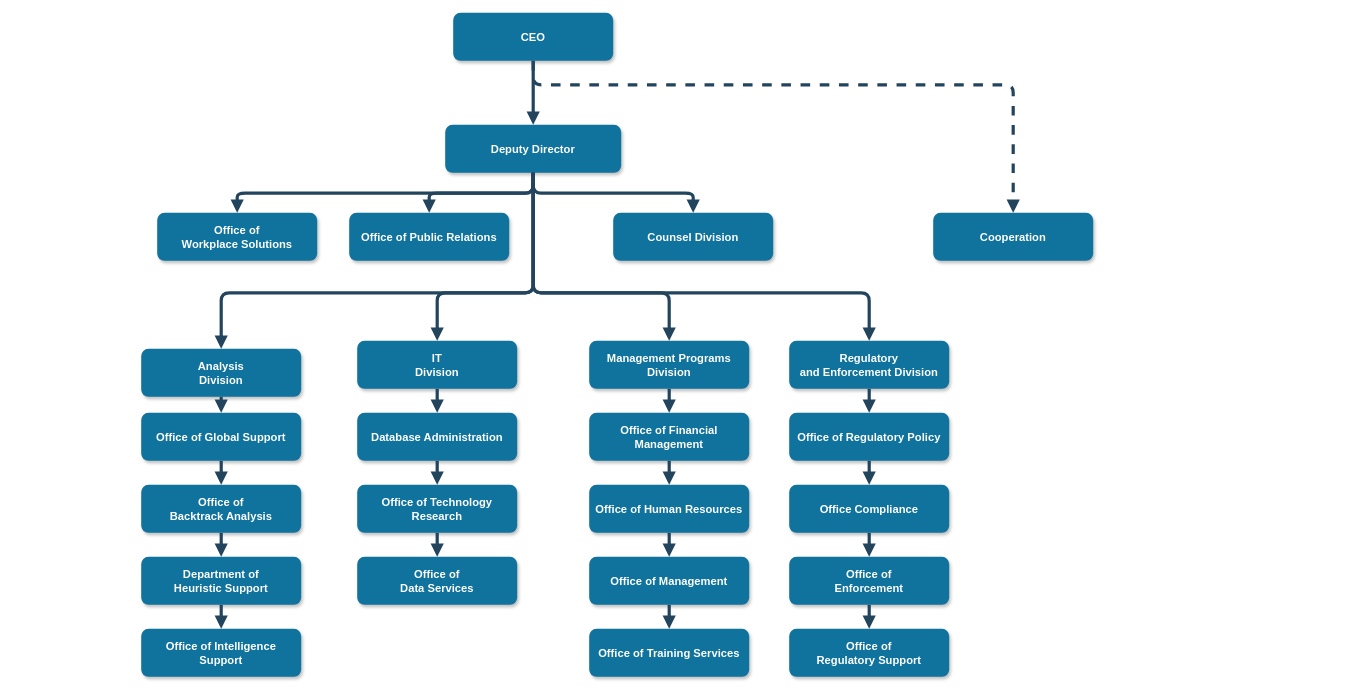
Above: Untitled Diagram.drawio in jojojojo1322/daib_board (draw.io), before the change. Source tidied: cells renumbered, new cells numbered last; positions are measured from the earlier drawing's top-left corner, leaving out a move shared by most shapes. Both pictures are drawn from the tidied source at 80%, with x=0, y=0 at pixel (141, 13).
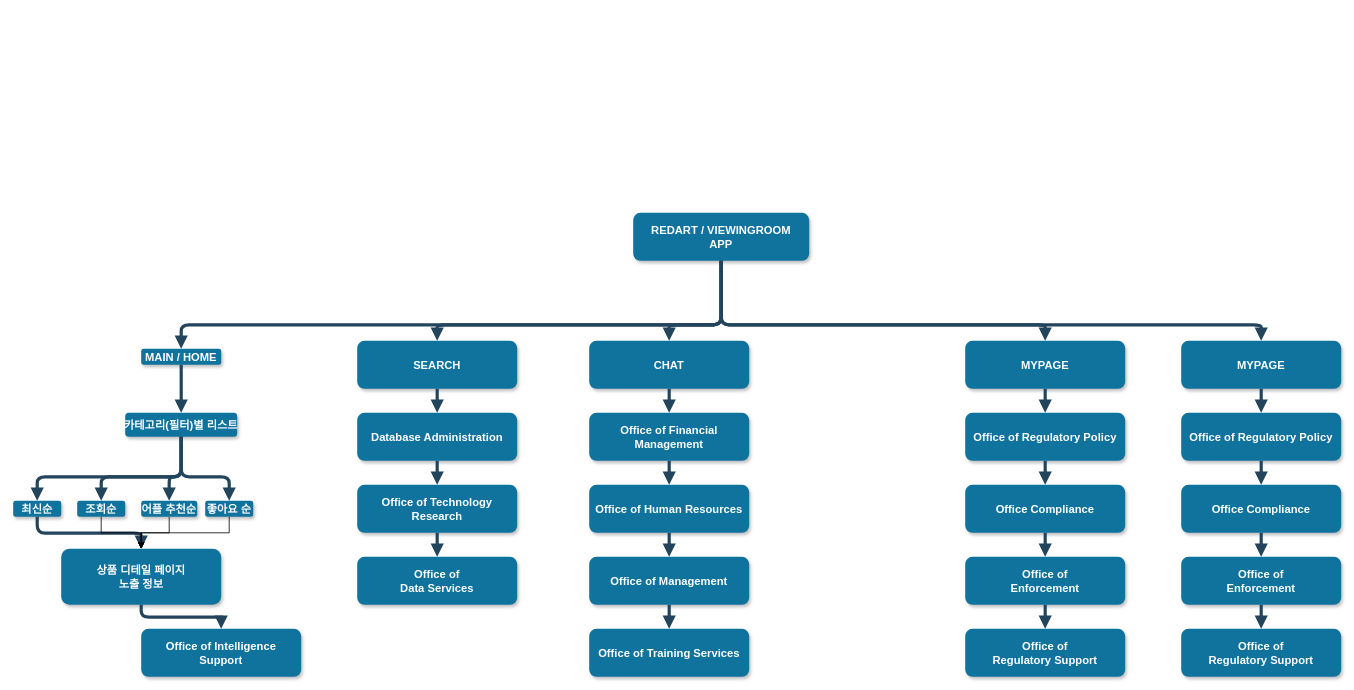
Above is the later version.

Unchanged cells that the change refers to:
```xml
<mxCell id="12" value="Office of Intelligence &#10;Support" style="rounded=1;fillColor=#10739E;strokeColor=none;shadow=1;gradientColor=none;fontStyle=1;fontColor=#FFFFFF;fontSize=14;" parent="1" vertex="1">
  <mxGeometry y="769.5" width="200" height="60" as="geometry" />
</mxCell>
<mxCell id="14" value="Database Administration" style="rounded=1;fillColor=#10739E;strokeColor=none;shadow=1;gradientColor=none;fontStyle=1;fontColor=#FFFFFF;fontSize=14;" parent="1" vertex="1">
  <mxGeometry x="270" y="499.5" width="200" height="60" as="geometry" />
</mxCell>
<mxCell id="15" value="Office of Technology &#10;Research" style="rounded=1;fillColor=#10739E;strokeColor=none;shadow=1;gradientColor=none;fontStyle=1;fontColor=#FFFFFF;fontSize=14;" parent="1" vertex="1">
  <mxGeometry x="270" y="589.5" width="200" height="60" as="geometry" />
</mxCell>
<mxCell id="16" value="Office of&#10;Data Services" style="rounded=1;fillColor=#10739E;strokeColor=none;shadow=1;gradientColor=none;fontStyle=1;fontColor=#FFFFFF;fontSize=14;" parent="1" vertex="1">
  <mxGeometry x="270" y="679.5" width="200" height="60" as="geometry" />
</mxCell>
<mxCell id="18" value="Office of Financial &#10;Management" style="rounded=1;fillColor=#10739E;strokeColor=none;shadow=1;gradientColor=none;fontStyle=1;fontColor=#FFFFFF;fontSize=14;" parent="1" vertex="1">
  <mxGeometry x="560" y="499.5" width="200" height="60" as="geometry" />
</mxCell>
<mxCell id="19" value="Office of Human Resources" style="rounded=1;fillColor=#10739E;strokeColor=none;shadow=1;gradientColor=none;fontStyle=1;fontColor=#FFFFFF;fontSize=14;" parent="1" vertex="1">
  <mxGeometry x="560" y="589.5" width="200" height="60" as="geometry" />
</mxCell>
<mxCell id="20" value="Office of Management " style="rounded=1;fillColor=#10739E;strokeColor=none;shadow=1;gradientColor=none;fontStyle=1;fontColor=#FFFFFF;fontSize=14;" parent="1" vertex="1">
  <mxGeometry x="560" y="679.5" width="200" height="60" as="geometry" />
</mxCell>
<mxCell id="21" value="Office of Training Services" style="rounded=1;fillColor=#10739E;strokeColor=none;shadow=1;gradientColor=none;fontStyle=1;fontColor=#FFFFFF;fontSize=14;" parent="1" vertex="1">
  <mxGeometry x="560" y="769.5" width="200" height="60" as="geometry" />
</mxCell>
```

Diff of the diagram source:
```diff
@@
-    <mxCell id="2" value="CEO" style="rounded=1;fillColor=#10739E;strokeColor=none;shadow=1;gradientColor=none;fontStyle=1;fontColor=#FFFFFF;fontSize=14;" parent="1" vertex="1">
-      <mxGeometry x="390" y="-0.5" width="200" height="60" as="geometry" />
-    </mxCell>
-    <mxCell id="3" value="Deputy Director" style="rounded=1;fillColor=#10739E;strokeColor=none;shadow=1;gradientColor=none;fontStyle=1;fontColor=#FFFFFF;fontSize=14;" parent="1" vertex="1">
-      <mxGeometry x="380" y="139.5" width="220" height="60" as="geometry" />
+    <mxCell id="3" value="REDART / VIEWINGROOM&#10;APP" style="rounded=1;fillColor=#10739E;strokeColor=none;shadow=1;gradientColor=none;fontStyle=1;fontColor=#FFFFFF;fontSize=14;" parent="1" vertex="1">
+      <mxGeometry x="615" y="249.5" width="220" height="60" as="geometry" />
     </mxCell>
-    <mxCell id="4" value="Office of &#10;Workplace Solutions" style="rounded=1;fillColor=#10739E;strokeColor=none;shadow=1;gradientColor=none;fontStyle=1;fontColor=#FFFFFF;fontSize=14;" parent="1" vertex="1">
-      <mxGeometry x="20" y="249.5" width="200" height="60" as="geometry" />
-    </mxCell>
-    <mxCell id="5" value="Office of Public Relations" style="rounded=1;fillColor=#10739E;strokeColor=none;shadow=1;gradientColor=none;fontStyle=1;fontColor=#FFFFFF;fontSize=14;" parent="1" vertex="1">
-      <mxGeometry x="260" y="249.5" width="200" height="60" as="geometry" />
-    </mxCell>
-    <mxCell id="6" value="Counsel Division" style="rounded=1;fillColor=#10739E;strokeColor=none;shadow=1;gradientColor=none;fontStyle=1;fontColor=#FFFFFF;fontSize=14;" parent="1" vertex="1">
-      <mxGeometry x="590" y="249.5" width="200" height="60" as="geometry" />
-    </mxCell>
-    <mxCell id="7" value="Cooperation" style="rounded=1;fillColor=#10739E;strokeColor=none;shadow=1;gradientColor=none;fontStyle=1;fontColor=#FFFFFF;fontSize=14;" parent="1" vertex="1">
-      <mxGeometry x="990" y="249.5" width="200" height="60" as="geometry" />
-    </mxCell>
-    <mxCell id="8" value="Analysis &#10;Division" style="rounded=1;fillColor=#10739E;strokeColor=none;shadow=1;gradientColor=none;fontStyle=1;fontColor=#FFFFFF;fontSize=14;" parent="1" vertex="1">
-      <mxGeometry y="419.5" width="200" height="60" as="geometry" />
+    <mxCell id="8" value="MAIN / HOME" style="rounded=1;fillColor=#10739E;strokeColor=none;shadow=1;gradientColor=none;fontStyle=1;fontColor=#FFFFFF;fontSize=14;" parent="1" vertex="1">
+      <mxGeometry y="419.5" width="100" height="20" as="geometry" />
     </mxCell>
-    <mxCell id="9" value="Office of Global Support" style="rounded=1;fillColor=#10739E;strokeColor=none;shadow=1;gradientColor=none;fontStyle=1;fontColor=#FFFFFF;fontSize=14;" parent="1" vertex="1">
-      <mxGeometry y="499.5" width="200" height="60" as="geometry" />
+    <mxCell id="9" value="카테고리(필터)별 리스트" style="rounded=1;fillColor=#10739E;strokeColor=none;shadow=1;gradientColor=none;fontStyle=1;fontColor=#FFFFFF;fontSize=14;" parent="1" vertex="1">
+      <mxGeometry x="-20" y="499.5" width="140" height="30" as="geometry" />
     </mxCell>
-    <mxCell id="10" value="Office of &#10;Backtrack Analysis" style="rounded=1;fillColor=#10739E;strokeColor=none;shadow=1;gradientColor=none;fontStyle=1;fontColor=#FFFFFF;fontSize=14;" parent="1" vertex="1">
-      <mxGeometry y="589.5" width="200" height="60" as="geometry" />
+    <mxCell id="10" value="최신순" style="rounded=1;fillColor=#10739E;strokeColor=none;shadow=1;gradientColor=none;fontStyle=1;fontColor=#FFFFFF;fontSize=14;" parent="1" vertex="1">
+      <mxGeometry x="-160" y="609.5" width="60" height="20" as="geometry" />
     </mxCell>
-    <mxCell id="11" value="Department of &#10;Heuristic Support" style="rounded=1;fillColor=#10739E;strokeColor=none;shadow=1;gradientColor=none;fontStyle=1;fontColor=#FFFFFF;fontSize=14;" parent="1" vertex="1">
-      <mxGeometry y="679.5" width="200" height="60" as="geometry" />
+    <mxCell id="11" value="상품 디테일 페이지&#10;노출 정보" style="rounded=1;fillColor=#10739E;strokeColor=none;shadow=1;gradientColor=none;fontStyle=1;fontColor=#FFFFFF;fontSize=14;" parent="1" vertex="1">
+      <mxGeometry x="-100" y="669.5" width="200" height="70" as="geometry" />
     </mxCell>
@@
-    <mxCell id="13" value="IT&#10;Division" style="rounded=1;fillColor=#10739E;strokeColor=none;shadow=1;gradientColor=none;fontStyle=1;fontColor=#FFFFFF;fontSize=14;" parent="1" vertex="1">
+    <mxCell id="13" value="SEARCH" style="rounded=1;fillColor=#10739E;strokeColor=none;shadow=1;gradientColor=none;fontStyle=1;fontColor=#FFFFFF;fontSize=14;" parent="1" vertex="1">
       <mxGeometry x="270" y="409.5" width="200" height="60" as="geometry" />
     </mxCell>
@@
-    <mxCell id="17" value="Management Programs &#10;Division" style="rounded=1;fillColor=#10739E;strokeColor=none;shadow=1;gradientColor=none;fontStyle=1;fontColor=#FFFFFF;fontSize=14;" parent="1" vertex="1">
+    <mxCell id="17" value="CHAT" style="rounded=1;fillColor=#10739E;strokeColor=none;shadow=1;gradientColor=none;fontStyle=1;fontColor=#FFFFFF;fontSize=14;" parent="1" vertex="1">
       <mxGeometry x="560" y="409.5" width="200" height="60" as="geometry" />
     </mxCell>
@@
-    <mxCell id="22" value="Regulatory &#10;and Enforcement Division" style="rounded=1;fillColor=#10739E;strokeColor=none;shadow=1;gradientColor=none;fontStyle=1;fontColor=#FFFFFF;fontSize=14;" parent="1" vertex="1">
-      <mxGeometry x="810" y="409.5" width="200" height="60" as="geometry" />
+    <mxCell id="22" value="MYPAGE" style="rounded=1;fillColor=#10739E;strokeColor=none;shadow=1;gradientColor=none;fontStyle=1;fontColor=#FFFFFF;fontSize=14;" parent="1" vertex="1">
+      <mxGeometry x="1030" y="409.5" width="200" height="60" as="geometry" />
     </mxCell>
     <mxCell id="23" value="Office of Regulatory Policy" style="rounded=1;fillColor=#10739E;strokeColor=none;shadow=1;gradientColor=none;fontStyle=1;fontColor=#FFFFFF;fontSize=14;" parent="1" vertex="1">
-      <mxGeometry x="810" y="499.5" width="200" height="60" as="geometry" />
+      <mxGeometry x="1030" y="499.5" width="200" height="60" as="geometry" />
     </mxCell>
     <mxCell id="24" value="Office Compliance" style="rounded=1;fillColor=#10739E;strokeColor=none;shadow=1;gradientColor=none;fontStyle=1;fontColor=#FFFFFF;fontSize=14;" parent="1" vertex="1">
-      <mxGeometry x="810" y="589.5" width="200" height="60" as="geometry" />
+      <mxGeometry x="1030" y="589.5" width="200" height="60" as="geometry" />
     </mxCell>
     <mxCell id="25" value="Office of &#10;Enforcement" style="rounded=1;fillColor=#10739E;strokeColor=none;shadow=1;gradientColor=none;fontStyle=1;fontColor=#FFFFFF;fontSize=14;" parent="1" vertex="1">
-      <mxGeometry x="810" y="679.5" width="200" height="60" as="geometry" />
+      <mxGeometry x="1030" y="679.5" width="200" height="60" as="geometry" />
     </mxCell>
     <mxCell id="26" value="Office of&#10; Regulatory Support" style="rounded=1;fillColor=#10739E;strokeColor=none;shadow=1;gradientColor=none;fontStyle=1;fontColor=#FFFFFF;fontSize=14;" parent="1" vertex="1">
-      <mxGeometry x="810" y="769.5" width="200" height="60" as="geometry" />
+      <mxGeometry x="1030" y="769.5" width="200" height="60" as="geometry" />
     </mxCell>
-    <mxCell id="27" style="edgeStyle=elbowEdgeStyle;elbow=vertical;strokeWidth=4;endArrow=block;endFill=1;fontStyle=1;strokeColor=#23445D;" parent="1" edge="1" source="2" target="3">
-      <mxGeometry x="22" y="165.5" as="geometry" />
-    </mxCell>
-    <mxCell id="28" style="edgeStyle=elbowEdgeStyle;elbow=vertical;strokeWidth=4;endArrow=block;endFill=1;fontStyle=1;strokeColor=#23445D;" parent="1" edge="1" source="3" target="5">
-      <mxGeometry x="22" y="165.5" as="geometry" />
-    </mxCell>
-    <mxCell id="29" style="edgeStyle=elbowEdgeStyle;elbow=vertical;strokeWidth=4;endArrow=block;endFill=1;fontStyle=1;strokeColor=#23445D;" parent="1" edge="1" source="3" target="4">
-      <mxGeometry x="22" y="165.5" as="geometry" />
-    </mxCell>
-    <mxCell id="30" style="edgeStyle=elbowEdgeStyle;elbow=vertical;strokeWidth=4;endArrow=block;endFill=1;fontStyle=1;strokeColor=#23445D;" parent="1" edge="1" source="3" target="6">
-      <mxGeometry x="22" y="165.5" as="geometry" />
-    </mxCell>
-    <mxCell id="31" style="edgeStyle=elbowEdgeStyle;elbow=vertical;strokeWidth=4;endArrow=block;endFill=1;fontStyle=1;dashed=1;strokeColor=#23445D;" parent="1" edge="1" source="2" target="7">
-      <mxGeometry x="22" y="165.5" as="geometry">
-        <Array as="points">
-          <mxPoint x="780" y="89.5" />
-        </Array>
-      </mxGeometry>
-    </mxCell>
     <mxCell id="32" style="edgeStyle=elbowEdgeStyle;elbow=vertical;strokeWidth=4;endArrow=block;endFill=1;fontStyle=1;strokeColor=#23445D;" parent="1" edge="1" source="3" target="8">
-      <mxGeometry x="22" y="165.5" as="geometry">
+      <mxGeometry x="170" y="65.5" as="geometry">
         <Array as="points">
-          <mxPoint x="270" y="349.5" />
+          <mxPoint x="478" y="389.5" />
+          <mxPoint x="478" y="399.5" />
+          <mxPoint x="510" y="675" />
         </Array>
       </mxGeometry>
     </mxCell>
     <mxCell id="33" style="edgeStyle=elbowEdgeStyle;elbow=vertical;strokeWidth=4;endArrow=block;endFill=1;fontStyle=1;strokeColor=#23445D;" parent="1" edge="1" source="3" target="22">
-      <mxGeometry x="22" y="165.5" as="geometry">
+      <mxGeometry x="170" y="65.5" as="geometry">
         <Array as="points">
-          <mxPoint x="690" y="349.5" />
+          <mxPoint x="1008" y="389.5" />
+          <mxPoint x="930" y="675" />
         </Array>
       </mxGeometry>
     </mxCell>
     <mxCell id="34" style="edgeStyle=elbowEdgeStyle;elbow=vertical;strokeWidth=4;endArrow=block;endFill=1;fontStyle=1;strokeColor=#23445D;" parent="1" edge="1" source="8" target="9">
-      <mxGeometry x="62" y="165.5" as="geometry" />
+      <mxGeometry x="-30" y="-260" as="geometry" />
     </mxCell>
     <mxCell id="35" style="edgeStyle=elbowEdgeStyle;elbow=vertical;strokeWidth=4;endArrow=block;endFill=1;fontStyle=1;strokeColor=#23445D;" parent="1" edge="1" source="9" target="10">
-      <mxGeometry x="62" y="175.5" as="geometry" />
+      <mxGeometry x="-30" y="-250" as="geometry">
+        <Array as="points">
+          <mxPoint x="-70" y="579.5" />
+          <mxPoint x="-70" y="569.5" />
+        </Array>
+      </mxGeometry>
     </mxCell>
     <mxCell id="36" style="edgeStyle=elbowEdgeStyle;elbow=vertical;strokeWidth=4;endArrow=block;endFill=1;fontStyle=1;strokeColor=#23445D;" parent="1" edge="1" source="10" target="11">
-      <mxGeometry x="62" y="185.5" as="geometry" />
+      <mxGeometry x="-30" y="-240" as="geometry" />
     </mxCell>
     <mxCell id="37" style="edgeStyle=elbowEdgeStyle;elbow=vertical;strokeWidth=4;endArrow=block;endFill=1;fontStyle=1;strokeColor=#23445D;" parent="1" edge="1" source="11" target="12">
-      <mxGeometry x="62" y="195.5" as="geometry" />
+      <mxGeometry x="-30" y="-230" as="geometry" />
     </mxCell>
     <mxCell id="38" style="edgeStyle=elbowEdgeStyle;elbow=vertical;strokeWidth=4;endArrow=block;endFill=1;fontStyle=1;strokeColor=#23445D;" parent="1" edge="1" source="13" target="14">
-      <mxGeometry x="62" y="165.5" as="geometry" />
+      <mxGeometry x="-30" y="-260" as="geometry" />
     </mxCell>
     <mxCell id="39" style="edgeStyle=elbowEdgeStyle;elbow=vertical;strokeWidth=4;endArrow=block;endFill=1;fontStyle=1;strokeColor=#23445D;" parent="1" edge="1" source="14" target="15">
-      <mxGeometry x="62" y="175.5" as="geometry" />
+      <mxGeometry x="-30" y="-250" as="geometry" />
     </mxCell>
     <mxCell id="40" style="edgeStyle=elbowEdgeStyle;elbow=vertical;strokeWidth=4;endArrow=block;endFill=1;fontStyle=1;strokeColor=#23445D;" parent="1" edge="1" source="15" target="16">
-      <mxGeometry x="62" y="185.5" as="geometry" />
+      <mxGeometry x="-30" y="-240" as="geometry" />
     </mxCell>
     <mxCell id="41" style="edgeStyle=elbowEdgeStyle;elbow=vertical;strokeWidth=4;endArrow=block;endFill=1;fontStyle=1;strokeColor=#23445D;" parent="1" edge="1" source="17" target="18">
-      <mxGeometry x="72" y="165.5" as="geometry" />
+      <mxGeometry x="-20" y="-260" as="geometry" />
     </mxCell>
     <mxCell id="42" style="edgeStyle=elbowEdgeStyle;elbow=vertical;strokeWidth=4;endArrow=block;endFill=1;fontStyle=1;strokeColor=#23445D;" parent="1" edge="1" source="18" target="19">
-      <mxGeometry x="72" y="175.5" as="geometry" />
+      <mxGeometry x="-20" y="-250" as="geometry" />
     </mxCell>
     <mxCell id="43" style="edgeStyle=elbowEdgeStyle;elbow=vertical;strokeWidth=4;endArrow=block;endFill=1;fontStyle=1;strokeColor=#23445D;" parent="1" edge="1" source="19" target="20">
-      <mxGeometry x="72" y="185.5" as="geometry" />
+      <mxGeometry x="-20" y="-240" as="geometry" />
     </mxCell>
     <mxCell id="44" style="edgeStyle=elbowEdgeStyle;elbow=vertical;strokeWidth=4;endArrow=block;endFill=1;fontStyle=1;strokeColor=#23445D;" parent="1" edge="1" source="20" target="21">
-      <mxGeometry x="72" y="195.5" as="geometry" />
+      <mxGeometry x="-20" y="-230" as="geometry" />
     </mxCell>
     <mxCell id="45" style="edgeStyle=elbowEdgeStyle;elbow=vertical;strokeWidth=4;endArrow=block;endFill=1;fontStyle=1;strokeColor=#23445D;" parent="1" edge="1" source="22" target="23">
-      <mxGeometry x="72" y="165.5" as="geometry" />
+      <mxGeometry x="200" y="-260" as="geometry" />
     </mxCell>
     <mxCell id="46" style="edgeStyle=elbowEdgeStyle;elbow=vertical;strokeWidth=4;endArrow=block;endFill=1;fontStyle=1;strokeColor=#23445D;" parent="1" edge="1" source="23" target="24">
-      <mxGeometry x="72" y="175.5" as="geometry" />
+      <mxGeometry x="200" y="-250" as="geometry" />
     </mxCell>
     <mxCell id="47" style="edgeStyle=elbowEdgeStyle;elbow=vertical;strokeWidth=4;endArrow=block;endFill=1;fontStyle=1;strokeColor=#23445D;" parent="1" edge="1" source="24" target="25">
-      <mxGeometry x="72" y="185.5" as="geometry" />
+      <mxGeometry x="200" y="-240" as="geometry" />
     </mxCell>
     <mxCell id="48" style="edgeStyle=elbowEdgeStyle;elbow=vertical;strokeWidth=4;endArrow=block;endFill=1;fontStyle=1;strokeColor=#23445D;" parent="1" edge="1" source="25" target="26">
-      <mxGeometry x="72" y="195.5" as="geometry" />
+      <mxGeometry x="200" y="-230" as="geometry" />
     </mxCell>
     <mxCell id="49" style="edgeStyle=elbowEdgeStyle;elbow=vertical;strokeWidth=4;endArrow=block;endFill=1;fontStyle=1;strokeColor=#23445D;" parent="1" edge="1" source="3" target="13">
-      <mxGeometry x="22" y="165.5" as="geometry">
+      <mxGeometry x="170" y="65.5" as="geometry">
         <Array as="points">
-          <mxPoint x="370" y="349.5" />
+          <mxPoint x="725" y="389.5" />
+          <mxPoint x="610" y="675" />
         </Array>
       </mxGeometry>
     </mxCell>
-    <mxCell id="50" style="edgeStyle=elbowEdgeStyle;elbow=vertical;strokeWidth=4;endArrow=block;endFill=1;fontStyle=1;strokeColor=#23445D;" parent="1" edge="1" source="3" target="17">
-      <mxGeometry x="22" y="165.5" as="geometry">
+    <mxCell id="50" style="edgeStyle=elbowEdgeStyle;elbow=vertical;strokeWidth=4;endArrow=block;endFill=1;fontStyle=1;strokeColor=#23445D;entryX=0.5;entryY=0;entryDx=0;entryDy=0;exitX=0.5;exitY=1;exitDx=0;exitDy=0;" parent="1" edge="1" source="3" target="17">
+      <mxGeometry x="170" y="65.5" as="geometry">
         <Array as="points">
-          <mxPoint x="660" y="349.5" />
+          <mxPoint x="690" y="389.5" />
+          <mxPoint x="725" y="389.5" />
+          <mxPoint x="900" y="675" />
         </Array>
       </mxGeometry>
     </mxCell>
+    <mxCell id="51" value="MYPAGE" style="rounded=1;fillColor=#10739E;strokeColor=none;shadow=1;gradientColor=none;fontStyle=1;fontColor=#FFFFFF;fontSize=14;" parent="1" vertex="1">
+      <mxGeometry x="1300" y="409.5" width="200" height="60" as="geometry" />
+    </mxCell>
+    <mxCell id="52" value="Office of Regulatory Policy" style="rounded=1;fillColor=#10739E;strokeColor=none;shadow=1;gradientColor=none;fontStyle=1;fontColor=#FFFFFF;fontSize=14;" parent="1" vertex="1">
+      <mxGeometry x="1300" y="499.5" width="200" height="60" as="geometry" />
+    </mxCell>
+    <mxCell id="53" value="Office Compliance" style="rounded=1;fillColor=#10739E;strokeColor=none;shadow=1;gradientColor=none;fontStyle=1;fontColor=#FFFFFF;fontSize=14;" parent="1" vertex="1">
+      <mxGeometry x="1300" y="589.5" width="200" height="60" as="geometry" />
+    </mxCell>
+    <mxCell id="54" value="Office of &#10;Enforcement" style="rounded=1;fillColor=#10739E;strokeColor=none;shadow=1;gradientColor=none;fontStyle=1;fontColor=#FFFFFF;fontSize=14;" parent="1" vertex="1">
+      <mxGeometry x="1300" y="679.5" width="200" height="60" as="geometry" />
+    </mxCell>
+    <mxCell id="55" value="Office of&#10; Regulatory Support" style="rounded=1;fillColor=#10739E;strokeColor=none;shadow=1;gradientColor=none;fontStyle=1;fontColor=#FFFFFF;fontSize=14;" parent="1" vertex="1">
+      <mxGeometry x="1300" y="769.5" width="200" height="60" as="geometry" />
+    </mxCell>
+    <mxCell id="56" style="edgeStyle=elbowEdgeStyle;elbow=vertical;strokeWidth=4;endArrow=block;endFill=1;fontStyle=1;strokeColor=#23445D;" parent="1" edge="1" source="51" target="52">
+      <mxGeometry x="470" y="-260" as="geometry" />
+    </mxCell>
+    <mxCell id="57" style="edgeStyle=elbowEdgeStyle;elbow=vertical;strokeWidth=4;endArrow=block;endFill=1;fontStyle=1;strokeColor=#23445D;" parent="1" edge="1" source="52" target="53">
+      <mxGeometry x="470" y="-250" as="geometry" />
+    </mxCell>
+    <mxCell id="58" style="edgeStyle=elbowEdgeStyle;elbow=vertical;strokeWidth=4;endArrow=block;endFill=1;fontStyle=1;strokeColor=#23445D;" parent="1" edge="1" source="53" target="54">
+      <mxGeometry x="470" y="-240" as="geometry" />
+    </mxCell>
+    <mxCell id="59" style="edgeStyle=elbowEdgeStyle;elbow=vertical;strokeWidth=4;endArrow=block;endFill=1;fontStyle=1;strokeColor=#23445D;" parent="1" edge="1" source="54" target="55">
+      <mxGeometry x="470" y="-230" as="geometry" />
+    </mxCell>
+    <mxCell id="60" style="edgeStyle=elbowEdgeStyle;elbow=vertical;strokeWidth=4;endArrow=block;endFill=1;fontStyle=1;strokeColor=#23445D;entryX=0.5;entryY=0;entryDx=0;entryDy=0;exitX=0.5;exitY=1;exitDx=0;exitDy=0;" parent="1" edge="1" source="3" target="51">
+      <mxGeometry x="445" y="15.5" as="geometry">
+        <Array as="points">
+          <mxPoint x="1060" y="389.5" />
+          <mxPoint x="1205" y="625" />
+        </Array>
+      </mxGeometry>
+    </mxCell>
+    <mxCell id="61" style="edgeStyle=orthogonalEdgeStyle;rounded=0;jettySize=auto;html=1;" parent="1" edge="1" source="62" target="11">
+      <mxGeometry relative="1" as="geometry" />
+    </mxCell>
+    <mxCell id="62" value="조회순" style="rounded=1;fillColor=#10739E;strokeColor=none;shadow=1;gradientColor=none;fontStyle=1;fontColor=#FFFFFF;fontSize=14;" parent="1" vertex="1">
+      <mxGeometry x="-80" y="609.5" width="60" height="20" as="geometry" />
+    </mxCell>
+    <mxCell id="63" style="edgeStyle=elbowEdgeStyle;elbow=vertical;strokeWidth=4;endArrow=block;endFill=1;fontStyle=1;strokeColor=#23445D;entryX=0.5;entryY=0;entryDx=0;entryDy=0;exitX=0.5;exitY=1;exitDx=0;exitDy=0;" parent="1" edge="1" source="9" target="62">
+      <mxGeometry x="-30" y="-240" as="geometry">
+        <Array as="points">
+          <mxPoint x="30" y="579.5" />
+          <mxPoint x="60" y="584.5" />
+        </Array>
+      </mxGeometry>
+    </mxCell>
+    <mxCell id="64" style="edgeStyle=orthogonalEdgeStyle;rounded=0;jettySize=auto;html=1;" parent="1" edge="1" source="65" target="11">
+      <mxGeometry relative="1" as="geometry" />
+    </mxCell>
+    <mxCell id="65" value="어플 추천순" style="rounded=1;fillColor=#10739E;strokeColor=none;shadow=1;gradientColor=none;fontStyle=1;fontColor=#FFFFFF;fontSize=14;" parent="1" vertex="1">
+      <mxGeometry y="609.5" width="70" height="20" as="geometry" />
+    </mxCell>
+    <mxCell id="66" style="edgeStyle=orthogonalEdgeStyle;rounded=0;jettySize=auto;html=1;" parent="1" edge="1" source="67" target="11">
+      <mxGeometry relative="1" as="geometry" />
+    </mxCell>
+    <mxCell id="67" value="좋아요 순" style="rounded=1;fillColor=#10739E;strokeColor=none;shadow=1;gradientColor=none;fontStyle=1;fontColor=#FFFFFF;fontSize=14;" parent="1" vertex="1">
+      <mxGeometry x="80" y="609.5" width="60" height="20" as="geometry" />
+    </mxCell>
+    <mxCell id="68" style="edgeStyle=elbowEdgeStyle;elbow=vertical;strokeWidth=4;endArrow=block;endFill=1;fontStyle=1;strokeColor=#23445D;entryX=0.5;entryY=0;entryDx=0;entryDy=0;exitX=0.5;exitY=1;exitDx=0;exitDy=0;" parent="1" edge="1" source="9" target="65">
+      <mxGeometry x="50" y="-240" as="geometry">
+        <Array as="points">
+          <mxPoint x="110" y="579.5" />
+          <mxPoint x="140" y="584.5" />
+        </Array>
+      </mxGeometry>
+    </mxCell>
+    <mxCell id="69" style="edgeStyle=elbowEdgeStyle;elbow=vertical;strokeWidth=4;endArrow=block;endFill=1;fontStyle=1;strokeColor=#23445D;exitX=0.5;exitY=1;exitDx=0;exitDy=0;entryX=0.5;entryY=0;entryDx=0;entryDy=0;" parent="1" edge="1" source="9" target="67">
+      <mxGeometry x="130" y="-240" as="geometry">
+        <Array as="points">
+          <mxPoint x="110" y="579.5" />
+          <mxPoint x="47" y="539.5" />
+          <mxPoint x="60" y="579.5" />
+          <mxPoint x="220" y="584.5" />
+        </Array>
+      </mxGeometry>
+    </mxCell>
```
